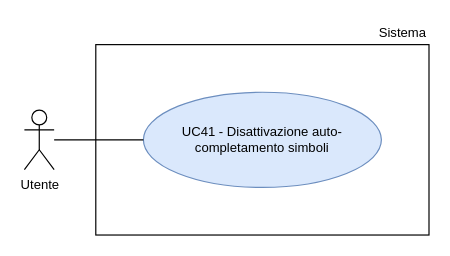
Above: RTB/doc_esterna/analisi-dei-requisiti/assets/draw.io/UC41.drawio in thebitless-group-swe/thebitless.github.io (draw.io), before the change. Source tidied: cells renumbered, new cells numbered last; positions are measured from the earlier drawing's top-left corner, leaving out a move shared by most shapes. Both pictures are drawn from the tidied source at 119%, with x=0, y=0 at pixel (24, 20).
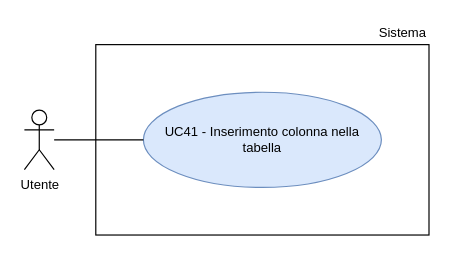
Above is the later version.

Change to the diagram source:
```diff
@@
 <mxGraphModel>
   <root>
     <mxCell id="0" />
     <mxCell id="1" parent="0" />
     <mxCell id="2" value="Utente" style="shape=umlActor;verticalLabelPosition=bottom;verticalAlign=top;html=1;outlineConnect=0;fontSize=11;" parent="1" vertex="1">
       <mxGeometry y="75" width="25" height="50" as="geometry" />
     </mxCell>
     <mxCell id="3" style="rounded=0;whiteSpace=wrap;html=1;strokeWidth=1;" parent="1" vertex="1">
       <mxGeometry x="60" y="20" width="280" height="160" as="geometry" />
     </mxCell>
     <mxCell id="4" value="Sistema" style="text;html=1;whiteSpace=wrap;strokeColor=none;fillColor=none;align=right;verticalAlign=middle;fontSize=11;" parent="1" vertex="1">
       <mxGeometry x="270" width="70" height="20" as="geometry" />
     </mxCell>
-    <mxCell id="5" value="UC41 - Disattivazione auto-completamento simboli" style="ellipse;whiteSpace=wrap;html=1;fillColor=#dae8fc;strokeColor=#6c8ebf;fontSize=11;" parent="1" vertex="1">
+    <mxCell id="5" value="UC41 - Inserimento colonna nella tabella" style="ellipse;whiteSpace=wrap;html=1;fillColor=#dae8fc;strokeColor=#6c8ebf;fontSize=11;" parent="1" vertex="1">
       <mxGeometry x="100" y="60" width="200" height="80" as="geometry" />
     </mxCell>
     <mxCell id="6" style="edgeStyle=none;rounded=0;jettySize=auto;html=1;endArrow=none;endFill=0;" parent="1" edge="1" source="2" target="5">
       <mxGeometry relative="1" as="geometry" />
     </mxCell>
   </root>
 </mxGraphModel>
```
